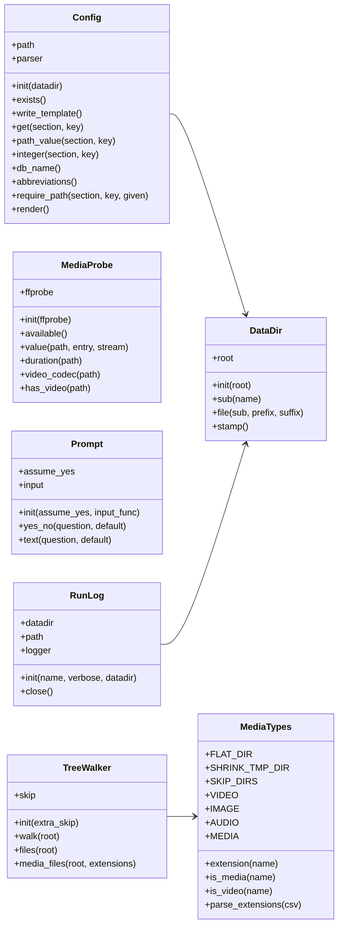
Above: docs/img/uml_core.png in peddanet/mediatools (Mermaid), before the change. Its source is kept beside it as docs/img/uml_core.mmd. Its diagram source:
```mermaid
classDiagram
  direction LR
  class Config {
    +path
    +parser
    +init(datadir)
    +exists()
    +write_template()
    +set_value(section, key, value)
    +get(section, key)
    +path_value(section, key)
    +integer(section, key)
    +db_name()
    +abbreviations()
    +require_path(section, key, given)
    +render()
  }
  class DataDir {
    +root
    +init(root)
    +sub(name)
    +file(sub, prefix, suffix)
    +stamp()
  }
  class DurationCache {
    +path
    +entries
    +hits
    +init(path)
    +get(file_path, st)
    +put(file_path, st, duration)
    +save()
  }
  class MediaTypes {
    +FLAT_DIR
    +SHRINK_TMP_DIR
    +SKIP_DIRS
    +VIDEO
    +IMAGE
    +AUDIO
    +MEDIA
    +extension(name)
    +is_media(name)
    +is_video(name)
    +parse_extensions(csv)
  }
  class MediaProbe {
    +ffprobe
    +init(ffprobe)
    +available()
    +value(path, entry, stream)
    +duration(path)
    +video_codec(path)
    +has_video(path)
  }
  class ProgressBar {
    +total_bytes
    +total_files
    +done_bytes
    +done_files
    +initial_rate
    +stream
    +started
    +enabled
    +init(total_bytes, total_files, initial_rate, stream)
    +rate(current_bytes)
    +remaining_seconds(current_bytes)
    +line(name, file_fraction, file_bytes)
    +show(name, file_fraction, file_bytes)
    +file_done(size)
    +clear()
    +duration_text(seconds)
  }
  class Prompt {
    +assume_yes
    +input
    +init(assume_yes, input_func)
    +yes_no(question, default)
    +text(question, default)
  }
  class RunLog {
    +datadir
    +path
    +logger
    +init(name, verbose, datadir)
    +close()
  }
  class TreeWalker {
    +skip
    +init(extra_skip)
    +walk(root)
    +files(root)
    +media_files(root, extensions)
  }
  Config --> DataDir
  RunLog --> DataDir
  TreeWalker --> MediaTypes
```
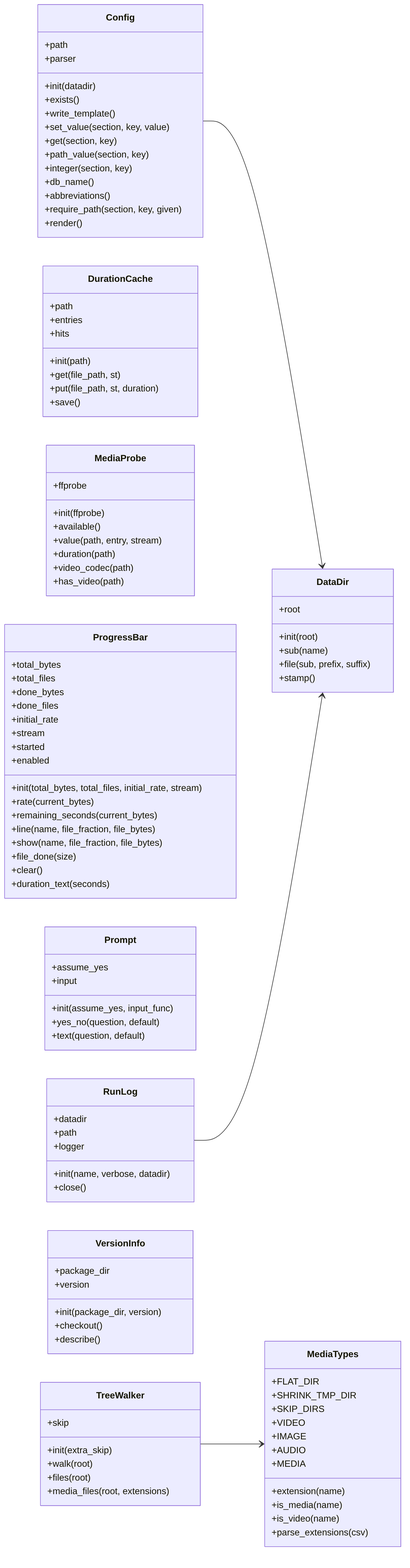
After the change.

The edit, as a diff of the source:
```diff
@@ -85,6 +85,13 @@
     +init(name, verbose, datadir)
     +close()
   }
+  class VersionInfo {
+    +package_dir
+    +version
+    +init(package_dir, version)
+    +checkout()
+    +describe()
+  }
   class TreeWalker {
     +skip
     +init(extra_skip)
```
